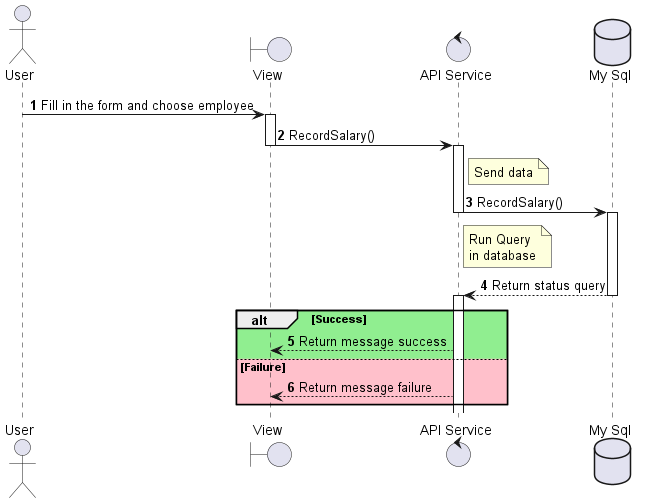
Before: out/sequenceDiagram_Salary_create/sequenceDiagram_Salary_create.png, a diagram exported from PlantUML (Fitranda/Diagram).
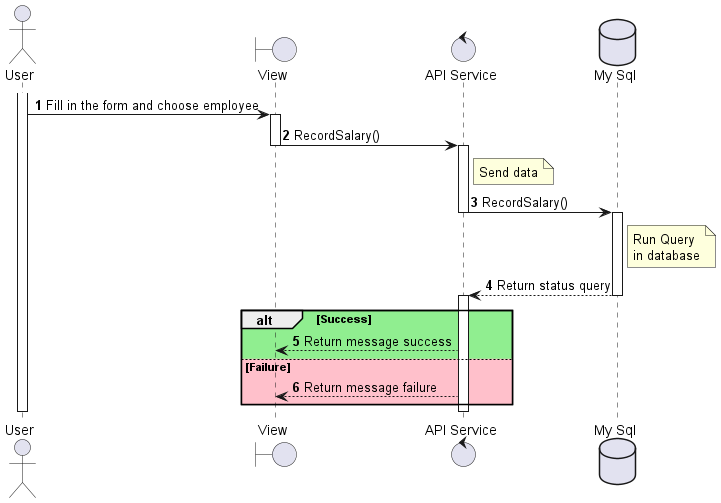
Above is the later version.

What changed in the source:
```diff
@@ -5,15 +5,25 @@
 database "My Sql" as DB
 
 autonumber
-User -> View --++ : Fill in the form and choose employee
-View -> APIService --++ : RecordSalary()
+activate User
+User -> View : Fill in the form and choose employee
+activate View
+View -> APIService : RecordSalary()
+deactivate View
+activate APIService
 note right of APIService: Send data
-APIService -> DB --++ : RecordSalary()
-note right of APIService: Run Query\nin database
-DB --> APIService --++ : Return status query
-alt #LightGreen  Success
-    APIService --> View  : Return message success
+APIService -> DB : RecordSalary()
+deactivate APIService
+activate DB
+note right of DB: Run Query\nin database
+DB --> APIService : Return status query
+deactivate DB
+activate APIService
+alt #LightGreen Success
+    APIService --> View : Return message success
 else #Pink Failure
-    APIService --> View  : Return message failure
+    APIService --> View : Return message failure
 end
+deactivate User
+deactivate APIService
 @enduml
```
